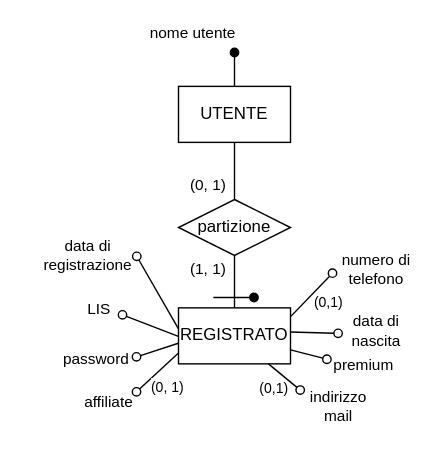
Above: Progetto Esame - DBSperimentazioni A.A. 2023-2024/Diagrammi/generalizzazioni/2.3.2.1_gen_1d_cor.drawio in Mattron2000/Basi_di_dati (draw.io), before the change. Source tidied: cells renumbered, new cells numbered last; positions are measured from the earlier drawing's top-left corner, leaving out a move shared by most shapes. Both pictures are drawn from the tidied source at 140%, with x=0, y=0 at pixel (24, 52).
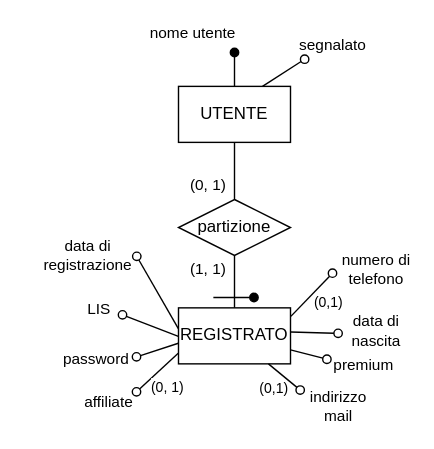
Above is the later version.

Diff of the diagram source:
```diff
@@
+    <mxCell id="29" style="endArrow=oval;html=1;fillStyle=auto;strokeWidth=1;startSize=6;endSize=6;fillColor=#000000;startArrow=none;startFill=0;endFill=0;exitX=0.75;exitY=0;exitDx=0;exitDy=0;" parent="1" edge="1">
+      <mxGeometry relative="1" as="geometry">
+        <mxPoint x="170" y="24.2" as="sourcePoint" />
+        <mxPoint x="200.1" y="4.8" as="targetPoint" />
+      </mxGeometry>
+    </mxCell>
+    <mxCell id="30" value="&lt;font style=&quot;font-size: 11px;&quot;&gt;segnalato&lt;/font&gt;" style="text;html=1;align=center;verticalAlign=middle;strokeColor=none;fillColor=none;" parent="1" vertex="1">
+      <mxGeometry x="185.3" y="-20.3" width="70" height="30" as="geometry" />
+    </mxCell>
```
